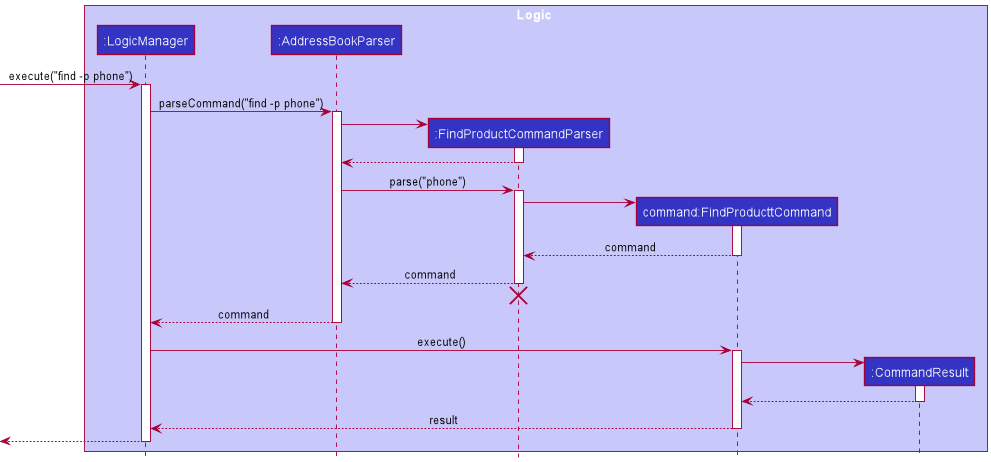
Above: docs/images/FindProductSequenceDiagram.png in nus-cs2103-AY2122S1/tp (PlantUML), before the change. Source of this version:
```plantuml
@startuml
!include style.puml

box Logic LOGIC_COLOR_T1
participant ":LogicManager" as LogicManager LOGIC_COLOR
participant ":AddressBookParser" as AddressBookParser LOGIC_COLOR
participant ":FindProductCommandParser" as FindClientCommandParser LOGIC_COLOR
participant "command:FindProducttCommand" as FindClientCommand LOGIC_COLOR
participant ":CommandResult" as CommandResult LOGIC_COLOR
end box

[-> LogicManager : execute("find -p phone")
activate LogicManager

LogicManager -> AddressBookParser : parseCommand("find -p phone")
activate AddressBookParser

create FindClientCommandParser
AddressBookParser -> FindClientCommandParser
activate FindClientCommandParser

FindClientCommandParser --> AddressBookParser
deactivate FindClientCommandParser

AddressBookParser -> FindClientCommandParser : parse("phone")
activate FindClientCommandParser

create FindClientCommand
FindClientCommandParser -> FindClientCommand
activate FindClientCommand

"FindClientCommand" --> "FindClientCommandParser" : command
deactivate FindClientCommand

"FindClientCommandParser" --> AddressBookParser : command
deactivate FindClientCommandParser
FindClientCommandParser -[hidden]-> AddressBookParser
destroy FindClientCommandParser

AddressBookParser --> LogicManager : command
deactivate AddressBookParser

LogicManager -> FindClientCommand : execute()
activate FindClientCommand

create CommandResult
FindClientCommand -> CommandResult
activate CommandResult

CommandResult --> FindClientCommand
deactivate CommandResult

FindClientCommand --> LogicManager : result
deactivate FindClientCommand

[<--LogicManager
deactivate LogicManager
@enduml
```
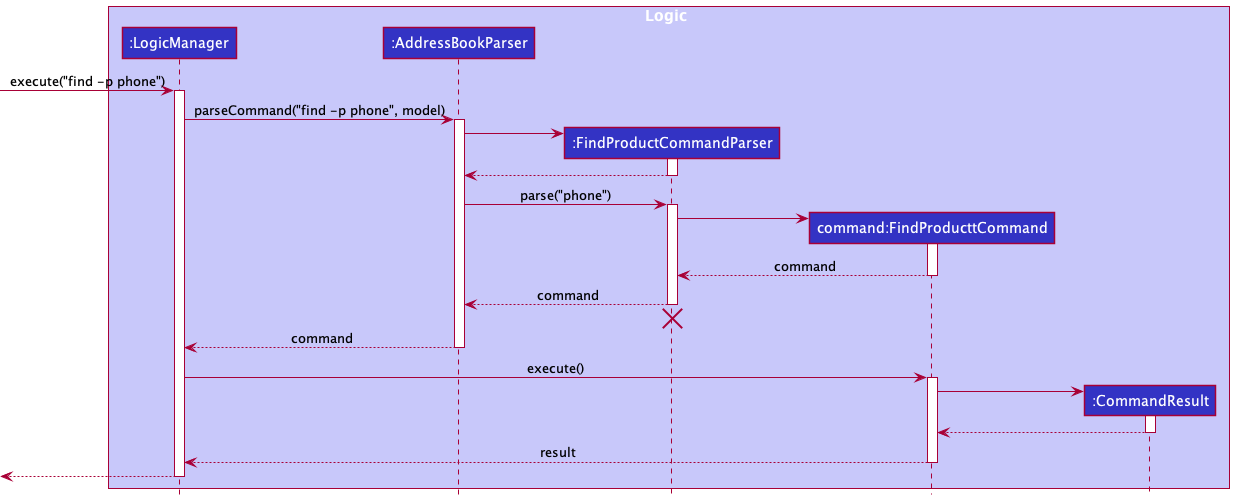
After the commit.

Diff of the diagram source:
```diff
@@ -12,7 +12,7 @@
 [-> LogicManager : execute("find -p phone")
 activate LogicManager
 
-LogicManager -> AddressBookParser : parseCommand("find -p phone")
+LogicManager -> AddressBookParser : parseCommand("find -p phone", model)
 activate AddressBookParser
 
 create FindClientCommandParser
```
